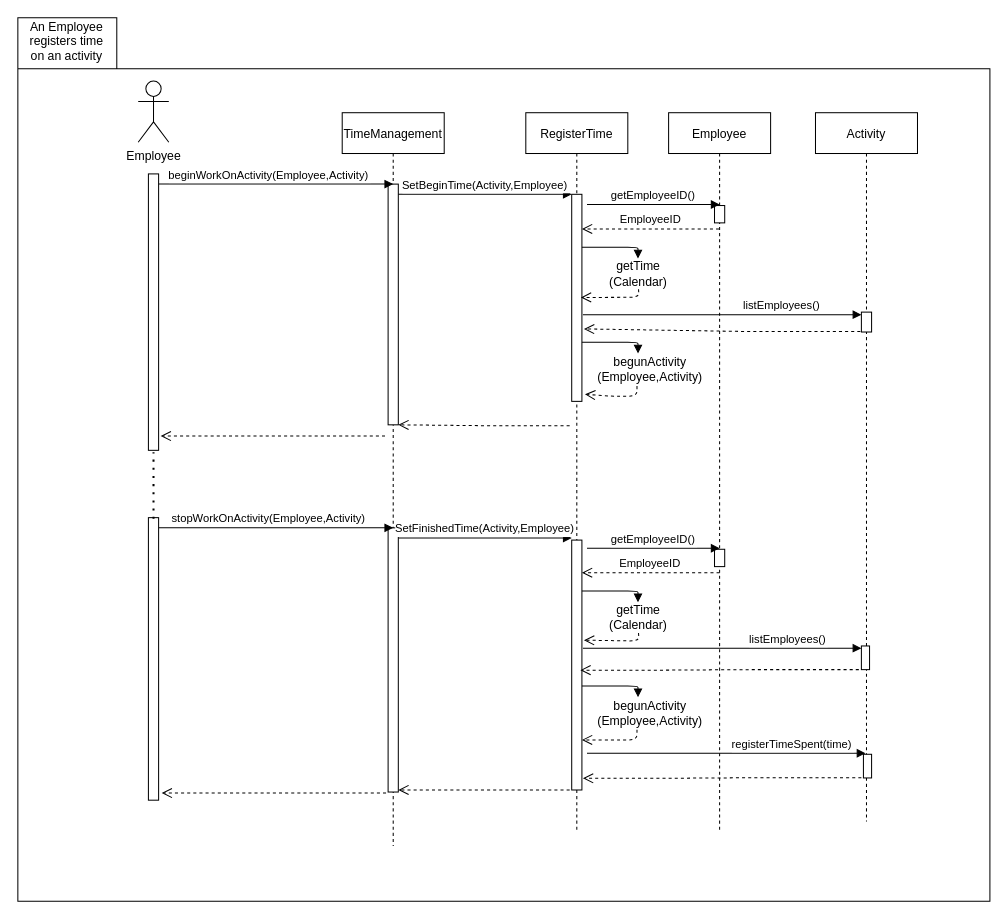
Above: aUserRegistersTimeOnAnActivity.drawio in HLLissau/SoftwareProjekt (draw.io), before the change. Source tidied: cells renumbered, new cells numbered last; positions are measured from the earlier drawing's top-left corner, leaving out a move shared by most shapes. Both pictures are drawn from the tidied source at 102%, with x=0, y=0 at pixel (17, 17).
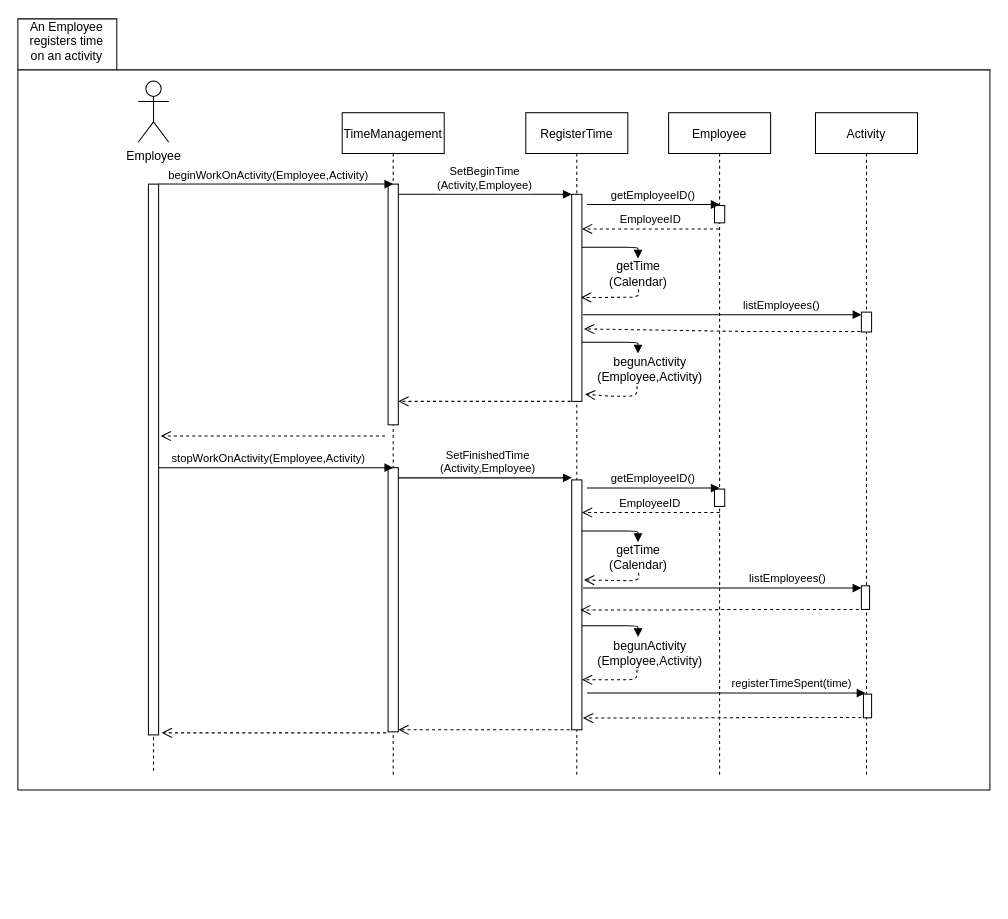
The same diagram, later.

Unchanged cells that the change refers to:
```xml
<mxCell id="4" style="points=[];perimeter=orthogonalPerimeter;rounded=0;shadow=0;strokeWidth=1;" parent="3" vertex="1">
  <mxGeometry x="45" y="70" width="10" height="236" as="geometry" />
</mxCell>
<mxCell id="7" style="points=[];perimeter=orthogonalPerimeter;rounded=0;shadow=0;strokeWidth=1;" parent="6" vertex="1">
  <mxGeometry x="45" y="80" width="10" height="203" as="geometry" />
</mxCell>
```

Change to the diagram source:
```diff
@@
     <mxCell id="2" style="shape=folder;fontStyle=1;spacingTop=10;tabWidth=97;tabHeight=50;tabPosition=left;html=1;" parent="1" vertex="1">
-      <mxGeometry width="953" height="866" as="geometry" />
+      <mxGeometry y="1" width="953" height="756" as="geometry" />
     </mxCell>
     <mxCell id="3" value="TimeManagement" style="shape=umlLifeline;perimeter=lifelinePerimeter;rounded=0;shadow=0;strokeWidth=1;" parent="1" vertex="1">
-      <mxGeometry x="318" y="93" width="100" height="719" as="geometry" />
+      <mxGeometry x="318" y="93" width="100" height="652" as="geometry" />
     </mxCell>
@@
     <mxCell id="5" style="perimeter=orthogonalPerimeter;rounded=0;shadow=0;strokeWidth=1;" parent="3" vertex="1">
-      <mxGeometry x="45" y="407" width="10" height="259" as="geometry" />
+      <mxGeometry x="45" y="348" width="10" height="259" as="geometry" />
     </mxCell>
     <mxCell id="6" value="RegisterTime" style="shape=umlLifeline;perimeter=lifelinePerimeter;rounded=0;shadow=0;strokeWidth=1;" parent="1" vertex="1">
-      <mxGeometry x="498" y="93" width="100" height="705" as="geometry" />
+      <mxGeometry x="498" y="93" width="100" height="651" as="geometry" />
     </mxCell>
@@
     <mxCell id="8" style="perimeter=orthogonalPerimeter;rounded=0;shadow=0;strokeWidth=1;" parent="6" vertex="1">
-      <mxGeometry x="45" y="419" width="10" height="245" as="geometry" />
+      <mxGeometry x="45" y="360" width="10" height="245" as="geometry" />
     </mxCell>
-    <mxCell id="9" style="verticalAlign=bottom;endArrow=open;dashed=1;endSize=8;shadow=0;strokeWidth=1;" parent="1" edge="1" target="4">
+    <mxCell id="9" style="verticalAlign=bottom;endArrow=open;dashed=1;endSize=8;shadow=0;strokeWidth=1;exitX=-0.1;exitY=1;exitDx=0;exitDy=0;exitPerimeter=0;" parent="1" edge="1" source="7" target="4">
       <mxGeometry relative="1" as="geometry">
-        <mxPoint x="541" y="400" as="sourcePoint" />
         <Array as="points">
-          <mxPoint x="474" y="400" />
+          <mxPoint x="469" y="376" />
         </Array>
       </mxGeometry>
     </mxCell>
-    <mxCell id="10" value="SetBeginTime(Activity,Employee)" style="verticalAlign=bottom;endArrow=block;entryX=0;entryY=0;shadow=0;strokeWidth=1;" parent="1" edge="1" source="4" target="7">
+    <mxCell id="10" value="SetBeginTime&#10;(Activity,Employee)" style="verticalAlign=bottom;endArrow=block;entryX=0;entryY=0;shadow=0;strokeWidth=1;" parent="1" edge="1" source="4" target="7">
       <mxGeometry relative="1" as="geometry" />
     </mxCell>
     <mxCell id="11" value="Employee" style="shape=umlLifeline;perimeter=lifelinePerimeter;rounded=0;shadow=0;strokeWidth=1;" parent="1" vertex="1">
-      <mxGeometry x="638" y="93" width="100" height="705" as="geometry" />
+      <mxGeometry x="638" y="93" width="100" height="652" as="geometry" />
     </mxCell>
@@
     <mxCell id="13" style="perimeter=orthogonalPerimeter;rounded=0;shadow=0;strokeWidth=1;" parent="11" vertex="1">
-      <mxGeometry x="45" y="428" width="10" height="17" as="geometry" />
+      <mxGeometry x="45" y="369" width="10" height="17" as="geometry" />
     </mxCell>
@@
     <mxCell id="18" style="points=[];perimeter=orthogonalPerimeter;rounded=0;shadow=0;strokeWidth=1;" parent="1" vertex="1">
-      <mxGeometry x="128" y="153" width="10" height="271" as="geometry" />
+      <mxGeometry x="128" y="163" width="10" height="540" as="geometry" />
     </mxCell>
@@
     <mxCell id="22" value="Activity" style="shape=umlLifeline;perimeter=lifelinePerimeter;rounded=0;shadow=0;strokeWidth=1;" parent="1" vertex="1">
-      <mxGeometry x="782" y="93" width="100" height="695" as="geometry" />
+      <mxGeometry x="782" y="93" width="100" height="650" as="geometry" />
     </mxCell>
@@
     <mxCell id="24" style="perimeter=orthogonalPerimeter;rounded=0;shadow=0;strokeWidth=1;" parent="22" vertex="1">
-      <mxGeometry x="45" y="522.8" width="8" height="23.2" as="geometry" />
+      <mxGeometry x="45" y="463.8" width="8" height="23.2" as="geometry" />
     </mxCell>
     <mxCell id="25" style="perimeter=orthogonalPerimeter;rounded=0;shadow=0;strokeWidth=1;" parent="22" vertex="1">
-      <mxGeometry x="47" y="629" width="8" height="23.2" as="geometry" />
+      <mxGeometry x="47" y="570" width="8" height="23.2" as="geometry" />
     </mxCell>
@@
     <mxCell id="33" style="verticalAlign=bottom;endArrow=open;dashed=1;endSize=8;shadow=0;strokeWidth=1;" parent="1" edge="1">
       <mxGeometry relative="1" as="geometry">
-        <mxPoint x="541" y="757" as="sourcePoint" />
-        <mxPoint x="373" y="757" as="targetPoint" />
+        <mxPoint x="541" y="698" as="sourcePoint" />
+        <mxPoint x="373" y="698" as="targetPoint" />
       </mxGeometry>
     </mxCell>
-    <mxCell id="34" value="SetFinishedTime(Activity,Employee)" style="verticalAlign=bottom;endArrow=block;entryX=0;entryY=0;shadow=0;strokeWidth=1;" parent="1" edge="1">
-      <mxGeometry relative="1" as="geometry">
-        <mxPoint x="373" y="510" as="sourcePoint" />
-        <mxPoint x="543" y="510" as="targetPoint" />
+    <mxCell id="34" value="SetFinishedTime&#10;(Activity,Employee)" style="verticalAlign=bottom;endArrow=block;entryX=0;entryY=0;shadow=0;strokeWidth=1;" parent="1" edge="1">
+      <mxGeometry x="0.04" relative="1" as="geometry">
+        <mxPoint x="373" y="451" as="sourcePoint" />
+        <mxPoint x="543" y="451" as="targetPoint" />
       </mxGeometry>
     </mxCell>
     <mxCell id="35" value="stopWorkOnActivity(Employee,Activity)" style="verticalAlign=bottom;endArrow=block;entryX=0;entryY=0;shadow=0;strokeWidth=1;" parent="1" edge="1">
       <mxGeometry x="-0.06" relative="1" as="geometry">
-        <mxPoint x="138" y="500" as="sourcePoint" />
-        <mxPoint x="368" y="500" as="targetPoint" />
+        <mxPoint x="138" y="441" as="sourcePoint" />
+        <mxPoint x="368" y="441" as="targetPoint" />
       </mxGeometry>
     </mxCell>
     <mxCell id="36" value="getEmployeeID()" style="verticalAlign=bottom;endArrow=block;shadow=0;strokeWidth=1;" parent="1" edge="1">
       <mxGeometry relative="1" as="geometry">
-        <mxPoint x="558" y="520" as="sourcePoint" />
-        <mxPoint x="688" y="520" as="targetPoint" />
+        <mxPoint x="558" y="461" as="sourcePoint" />
+        <mxPoint x="688" y="461" as="targetPoint" />
       </mxGeometry>
     </mxCell>
     <mxCell id="37" value="EmployeeID" style="verticalAlign=bottom;endArrow=open;dashed=1;endSize=8;exitX=0.5;exitY=0.38;shadow=0;strokeWidth=1;exitDx=0;exitDy=0;exitPerimeter=0;" parent="1" edge="1">
       <mxGeometry relative="1" as="geometry">
-        <mxPoint x="688" y="544" as="sourcePoint" />
-        <mxPoint x="553" y="544" as="targetPoint" />
+        <mxPoint x="688" y="485" as="sourcePoint" />
+        <mxPoint x="553" y="485" as="targetPoint" />
         <Array as="points">
-          <mxPoint x="660" y="544" />
-          <mxPoint x="576" y="544" />
+          <mxPoint x="660" y="485" />
+          <mxPoint x="576" y="485" />
         </Array>
       </mxGeometry>
     </mxCell>
-    <mxCell id="38" style="points=[];perimeter=orthogonalPerimeter;rounded=0;shadow=0;strokeWidth=1;" parent="1" vertex="1">
-      <mxGeometry x="128" y="490" width="10" height="277" as="geometry" />
-    </mxCell>
     <mxCell id="39" style="verticalAlign=bottom;endArrow=open;dashed=1;endSize=8;exitX=0;exitY=0.95;shadow=0;strokeWidth=1;" parent="1" edge="1">
       <mxGeometry relative="1" as="geometry">
-        <mxPoint x="361" y="760" as="sourcePoint" />
-        <mxPoint x="141" y="760" as="targetPoint" />
+        <mxPoint x="361" y="701" as="sourcePoint" />
+        <mxPoint x="141" y="701" as="targetPoint" />
       </mxGeometry>
     </mxCell>
     <mxCell id="40" style="verticalAlign=bottom;endArrow=block;shadow=0;strokeWidth=1;" parent="1" edge="1">
       <mxGeometry relative="1" as="geometry">
-        <mxPoint x="553" y="562" as="sourcePoint" />
-        <mxPoint x="608" y="573" as="targetPoint" />
+        <mxPoint x="553" y="503" as="sourcePoint" />
+        <mxPoint x="608" y="514" as="targetPoint" />
         <Array as="points">
-          <mxPoint x="608" y="562" />
+          <mxPoint x="608" y="503" />
         </Array>
       </mxGeometry>
     </mxCell>
     <mxCell id="41" style="verticalAlign=bottom;endArrow=open;dashed=1;endSize=8;exitX=0.5;exitY=1;shadow=0;strokeWidth=1;exitDx=0;exitDy=0;entryX=1.2;entryY=0.439;entryDx=0;entryDy=0;entryPerimeter=0;" parent="1" edge="1" source="42">
       <mxGeometry relative="1" as="geometry">
-        <mxPoint x="555" y="610.1" as="targetPoint" />
+        <mxPoint x="555" y="551.1" as="targetPoint" />
         <Array as="points">
-          <mxPoint x="609" y="611" />
+          <mxPoint x="609" y="552" />
         </Array>
       </mxGeometry>
     </mxCell>
     <mxCell id="42" value="getTime (Calendar)" style="text;html=1;strokeColor=none;fillColor=none;align=center;verticalAlign=middle;whiteSpace=wrap;rounded=0;" parent="1" vertex="1">
-      <mxGeometry x="567" y="572" width="83" height="31" as="geometry" />
+      <mxGeometry x="567" y="513" width="83" height="31" as="geometry" />
     </mxCell>
     <mxCell id="43" value="listEmployees()" style="verticalAlign=bottom;endArrow=block;shadow=0;strokeWidth=1;" parent="1" edge="1">
       <mxGeometry x="0.47" relative="1" as="geometry">
-        <mxPoint x="554" y="618" as="sourcePoint" />
-        <mxPoint x="827" y="618" as="targetPoint" />
+        <mxPoint x="554" y="559" as="sourcePoint" />
+        <mxPoint x="827" y="559" as="targetPoint" />
       </mxGeometry>
     </mxCell>
     <mxCell id="44" style="verticalAlign=bottom;endArrow=open;dashed=1;endSize=8;exitX=0.5;exitY=0.38;shadow=0;strokeWidth=1;exitDx=0;exitDy=0;exitPerimeter=0;entryX=1;entryY=0.592;entryDx=0;entryDy=0;entryPerimeter=0;" parent="1" edge="1">
       <mxGeometry x="-0.43" relative="1" as="geometry">
-        <mxPoint x="824.5" y="639" as="sourcePoint" />
-        <mxPoint x="551.5" y="639.5" as="targetPoint" />
+        <mxPoint x="824.5" y="580" as="sourcePoint" />
+        <mxPoint x="551.5" y="580.5" as="targetPoint" />
         <Array as="points">
-          <mxPoint x="796.5" y="639" />
-          <mxPoint x="712.5" y="639" />
-          <mxPoint x="637.5" y="639.5" />
+          <mxPoint x="796.5" y="580" />
+          <mxPoint x="712.5" y="580" />
+          <mxPoint x="637.5" y="580.5" />
         </Array>
       </mxGeometry>
     </mxCell>
     <mxCell id="45" style="verticalAlign=bottom;endArrow=block;shadow=0;strokeWidth=1;" parent="1" edge="1">
       <mxGeometry relative="1" as="geometry">
-        <mxPoint x="553" y="655" as="sourcePoint" />
-        <mxPoint x="608" y="666" as="targetPoint" />
+        <mxPoint x="553" y="596" as="sourcePoint" />
+        <mxPoint x="608" y="607" as="targetPoint" />
         <Array as="points">
-          <mxPoint x="608" y="655" />
+          <mxPoint x="608" y="596" />
         </Array>
       </mxGeometry>
     </mxCell>
     <mxCell id="46" style="verticalAlign=bottom;endArrow=open;dashed=1;endSize=8;shadow=0;strokeWidth=1;entryX=1;entryY=0.868;entryDx=0;entryDy=0;entryPerimeter=0;" parent="1" edge="1">
       <mxGeometry relative="1" as="geometry">
-        <mxPoint x="607" y="698" as="sourcePoint" />
-        <mxPoint x="553" y="707.9" as="targetPoint" />
+        <mxPoint x="607" y="639" as="sourcePoint" />
+        <mxPoint x="553" y="648.9" as="targetPoint" />
         <Array as="points">
-          <mxPoint x="607" y="708" />
-          <mxPoint x="583" y="708" />
+          <mxPoint x="607" y="649" />
+          <mxPoint x="583" y="649" />
         </Array>
       </mxGeometry>
     </mxCell>
     <mxCell id="47" value="&lt;div&gt;begunActivity&lt;/div&gt;&lt;div&gt;(Employee,Activity)&lt;/div&gt;" style="text;html=1;strokeColor=none;fillColor=none;align=center;verticalAlign=middle;whiteSpace=wrap;rounded=0;" parent="1" vertex="1">
-      <mxGeometry x="567" y="666" width="106" height="31" as="geometry" />
+      <mxGeometry x="567" y="607" width="106" height="31" as="geometry" />
     </mxCell>
     <mxCell id="48" value="registerTimeSpent(time)" style="verticalAlign=bottom;endArrow=block;shadow=0;strokeWidth=1;" parent="1" edge="1">
       <mxGeometry x="0.47" relative="1" as="geometry">
-        <mxPoint x="558" y="721" as="sourcePoint" />
-        <mxPoint x="831" y="721" as="targetPoint" />
+        <mxPoint x="558" y="662" as="sourcePoint" />
+        <mxPoint x="831" y="662" as="targetPoint" />
       </mxGeometry>
     </mxCell>
-    <mxCell id="49" style="endArrow=none;dashed=1;html=1;dashPattern=1 3;strokeWidth=2;entryX=0.5;entryY=1.007;entryDx=0;entryDy=0;entryPerimeter=0;exitX=0.5;exitY=0.004;exitDx=0;exitDy=0;exitPerimeter=0;" parent="1" edge="1" source="38" target="18">
-      <mxGeometry relative="1" as="geometry" />
-    </mxCell>
     <mxCell id="50" style="verticalAlign=bottom;endArrow=open;dashed=1;endSize=8;exitX=0.5;exitY=0.38;shadow=0;strokeWidth=1;exitDx=0;exitDy=0;exitPerimeter=0;entryX=1;entryY=0.592;entryDx=0;entryDy=0;entryPerimeter=0;" parent="1" edge="1">
       <mxGeometry x="-0.43" relative="1" as="geometry">
-        <mxPoint x="827" y="745" as="sourcePoint" />
-        <mxPoint x="554" y="745.5" as="targetPoint" />
+        <mxPoint x="827" y="686" as="sourcePoint" />
+        <mxPoint x="554" y="686.5" as="targetPoint" />
         <Array as="points">
-          <mxPoint x="799" y="745" />
-          <mxPoint x="715" y="745" />
-          <mxPoint x="640" y="745.5" />
+          <mxPoint x="799" y="686" />
+          <mxPoint x="715" y="686" />
+          <mxPoint x="640" y="686.5" />
         </Array>
       </mxGeometry>
     </mxCell>
+    <mxCell id="51" style="endArrow=none;dashed=1;html=1;exitX=0.5;exitY=1.004;exitDx=0;exitDy=0;exitPerimeter=0;" parent="1" edge="1" source="18">
+      <mxGeometry relative="1" as="geometry">
+        <mxPoint x="133" y="739" as="targetPoint" />
+      </mxGeometry>
+    </mxCell>
```
